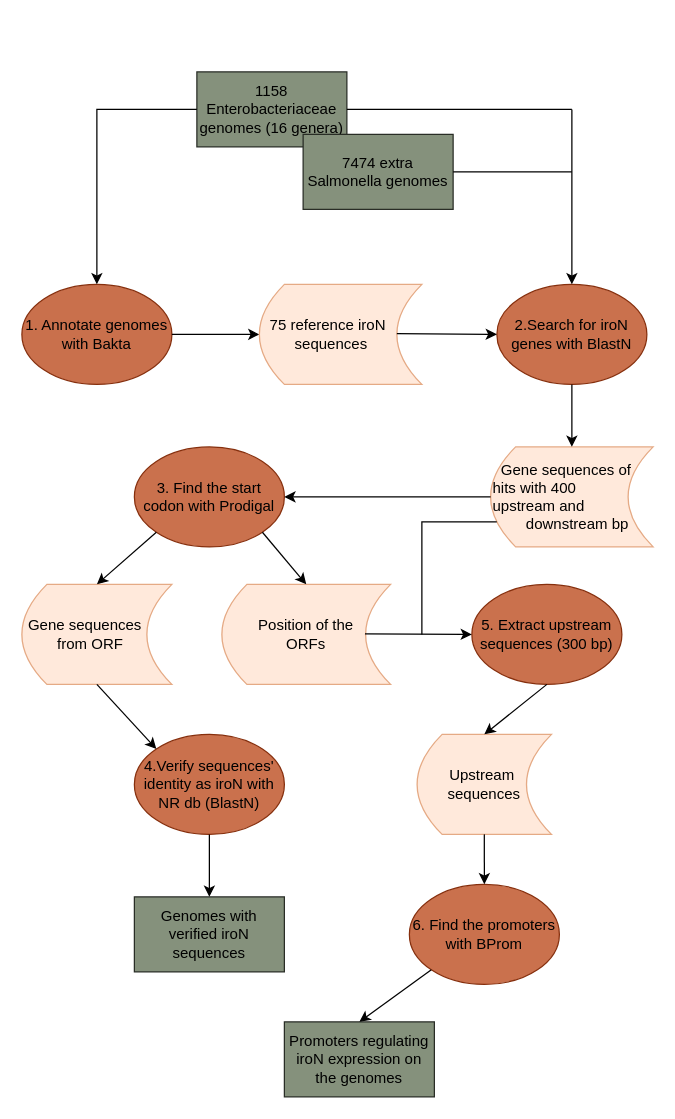
Above: IroN-project.drawio in Eugenio-Molphe/IroN-project (draw.io), before the change. Source tidied: cells renumbered, new cells numbered last; positions are measured from the earlier drawing's top-left corner, leaving out a move shared by most shapes. Both pictures are drawn from the tidied source at 125%, with x=0, y=0 at pixel (21, 71).
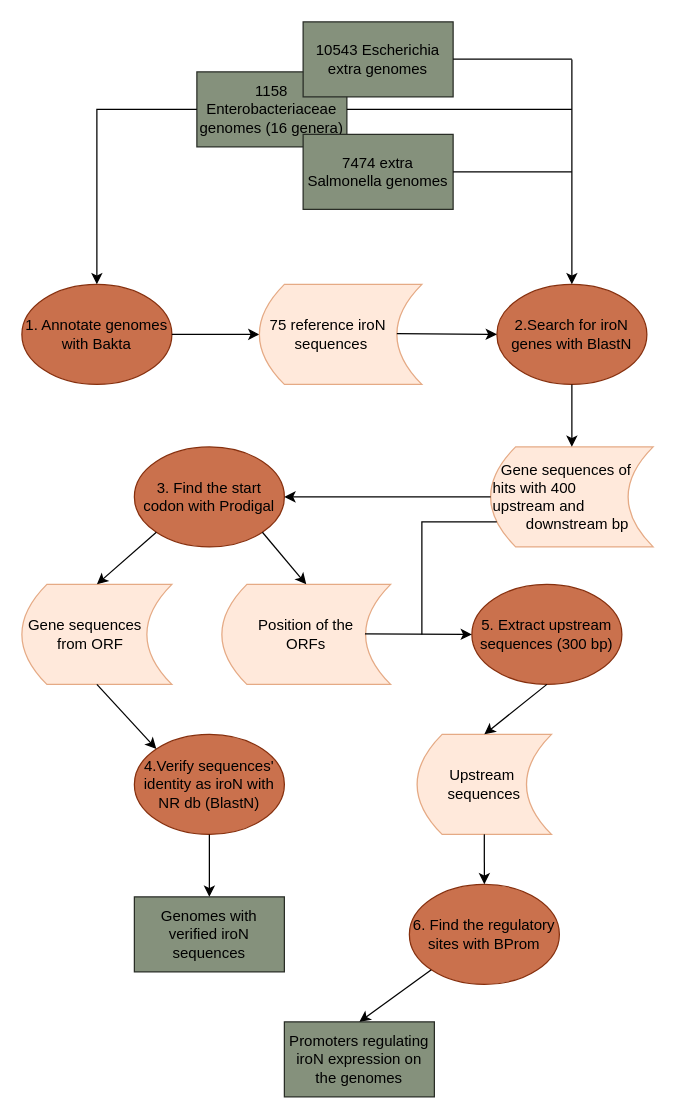
Above is the later version.

The change refers to these unchanged cells:
```xml
<mxCell id="9" value="2.Search for iroN genes with BlastN" style="ellipse;whiteSpace=wrap;html=1;fillColor=#CA714D;strokeColor=#862f0d;" parent="1" vertex="1">
  <mxGeometry x="380" y="170" width="120" height="80" as="geometry" />
</mxCell>
```

Change to the diagram source:
```diff
@@
-    <mxCell id="4" value="6. Find the promoters with BProm" style="ellipse;whiteSpace=wrap;html=1;fillColor=#CA714D;strokeColor=#862F0D;" parent="1" vertex="1">
+    <mxCell id="4" value="6. Find the regulatory sites with BProm" style="ellipse;whiteSpace=wrap;html=1;fillColor=#CA714D;strokeColor=#862F0D;" parent="1" vertex="1">
       <mxGeometry x="310" y="650" width="120" height="80" as="geometry" />
     </mxCell>
@@
     <mxCell id="11" style="endArrow=classic;html=1;rounded=0;entryX=0.5;entryY=0;entryDx=0;entryDy=0;" parent="1" edge="1" target="9">
       <mxGeometry relative="1" as="geometry">
-        <mxPoint x="440" y="30" as="sourcePoint" />
+        <mxPoint x="440" y="-10" as="sourcePoint" />
       </mxGeometry>
     </mxCell>
@@
+    <mxCell id="34" value="10543 Escherichia extra genomes" style="rounded=0;whiteSpace=wrap;html=1;fillColor=#85917C;strokeColor=#292D26;" parent="1" vertex="1">
+      <mxGeometry x="225" y="-40" width="120" height="60" as="geometry" />
+    </mxCell>
+    <mxCell id="35" style="endArrow=none;html=1;rounded=0;exitX=1;exitY=0.5;exitDx=0;exitDy=0;" parent="1" edge="1">
+      <mxGeometry relative="1" as="geometry">
+        <mxPoint x="345" y="-10.3" as="sourcePoint" />
+        <mxPoint x="440" y="-10.3" as="targetPoint" />
+      </mxGeometry>
+    </mxCell>
```
